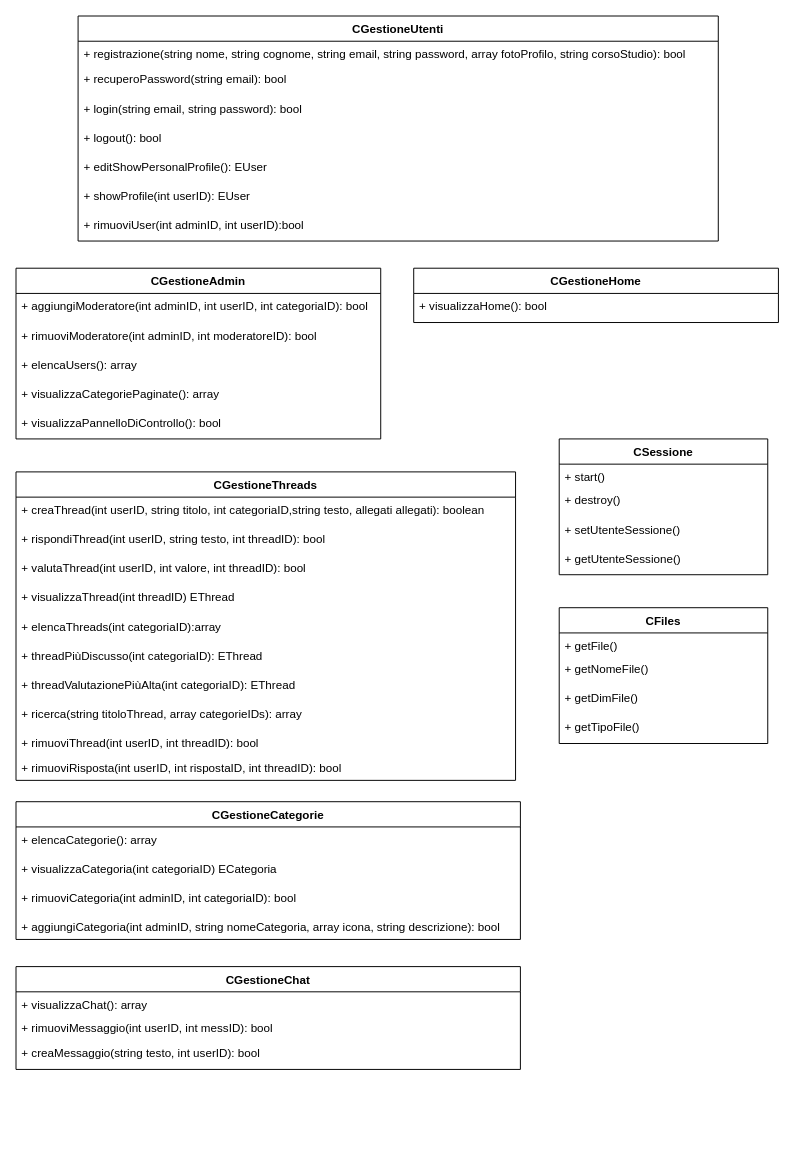
This is Diagrammi/UMLControl.drawio from EdoPan/UniChat, a draw.io file, before an edit. Source tidied: cells renumbered, new cells numbered last; positions are measured from the earlier drawing's top-left corner, leaving out a move shared by most shapes. Both pictures are drawn from the tidied source at 97%, with x=0, y=0 at pixel (16, 16).
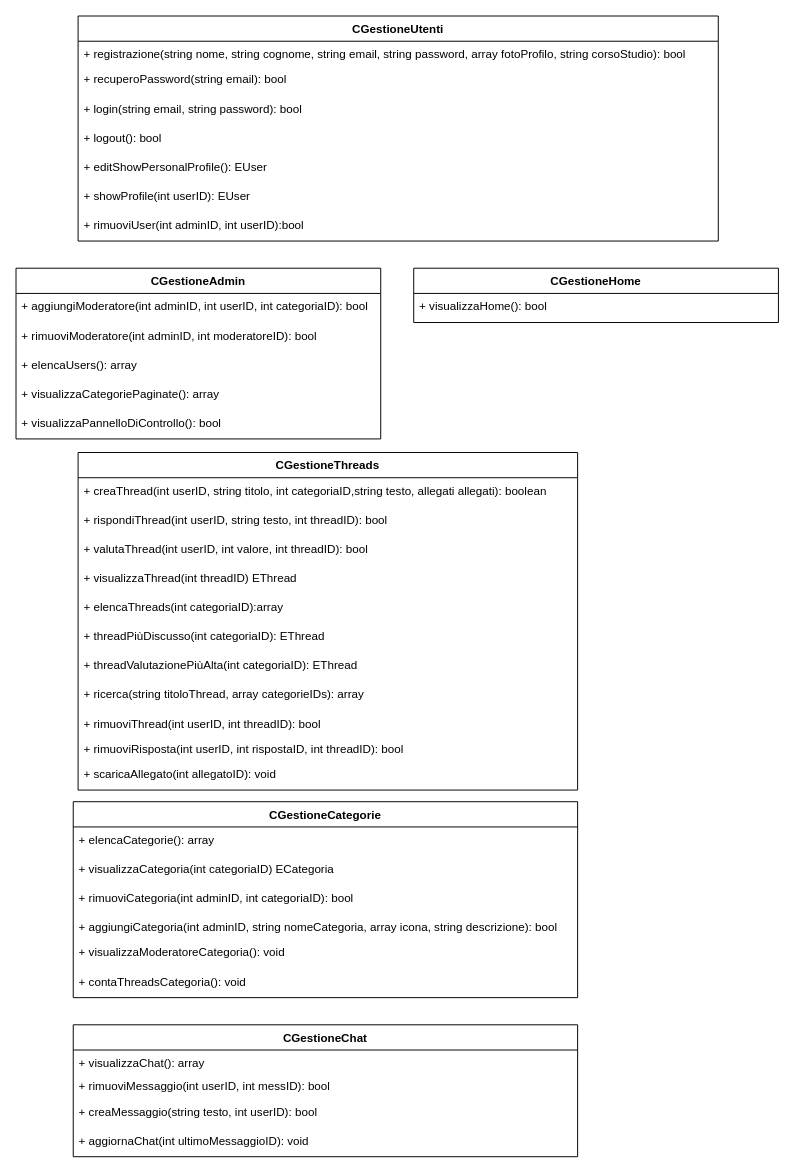
The same page after the edit.

Diff of the diagram source:
```diff
@@
     <mxCell id="16" value="CGestioneThreads" style="swimlane;fontStyle=1;align=center;verticalAlign=top;horizontal=1;startSize=26;" parent="1" vertex="1">
-      <mxGeometry y="470" width="515" height="318" as="geometry" />
+      <mxGeometry x="64" y="450" width="515" height="348" as="geometry" />
     </mxCell>
@@
+    <mxCell id="47" value="+ scaricaAllegato(int allegatoID): void" style="text;strokeColor=none;fillColor=none;align=left;verticalAlign=top;spacingLeft=4;spacingRight=4;overflow=hidden;" parent="16" vertex="1">
+      <mxGeometry y="318" width="515" height="30" as="geometry" />
+    </mxCell>
     <mxCell id="27" value="CGestioneCategorie" style="swimlane;fontStyle=1;align=center;verticalAlign=top;horizontal=1;startSize=26;" parent="1" vertex="1">
-      <mxGeometry y="810" width="520" height="142" as="geometry" />
+      <mxGeometry x="59" y="810" width="520" height="202" as="geometry" />
     </mxCell>
@@
+    <mxCell id="48" value="+ visualizzaModeratoreCategoria(): void" style="text;strokeColor=none;fillColor=none;align=left;verticalAlign=top;spacingLeft=4;spacingRight=4;overflow=hidden;" parent="27" vertex="1">
+      <mxGeometry y="142" width="520" height="30" as="geometry" />
+    </mxCell>
+    <mxCell id="49" value="+ contaThreadsCategoria(): void" style="text;strokeColor=none;fillColor=none;align=left;verticalAlign=top;spacingLeft=4;spacingRight=4;overflow=hidden;" parent="27" vertex="1">
+      <mxGeometry y="172" width="520" height="30" as="geometry" />
+    </mxCell>
     <mxCell id="32" value="CGestioneChat" style="swimlane;fontStyle=1;align=center;verticalAlign=top;horizontal=1;startSize=26;" parent="1" vertex="1">
-      <mxGeometry y="980" width="520" height="106" as="geometry" />
+      <mxGeometry x="59" y="1040" width="520" height="136" as="geometry" />
     </mxCell>
@@
+    <mxCell id="50" value="+ aggiornaChat(int ultimoMessaggioID): void" style="text;strokeColor=none;fillColor=none;align=left;verticalAlign=top;spacingLeft=4;spacingRight=4;overflow=hidden;" parent="32" vertex="1">
+      <mxGeometry y="106" width="520" height="30" as="geometry" />
+    </mxCell>
@@
-    <mxCell id="38" value="CSessione" style="swimlane;fontStyle=1;align=center;verticalAlign=top;horizontal=1;startSize=26;" parent="1" vertex="1">
-      <mxGeometry x="560" y="436" width="215" height="140" as="geometry" />
-    </mxCell>
-    <mxCell id="39" value="+ start()" style="text;strokeColor=none;fillColor=none;align=left;verticalAlign=top;spacingLeft=4;spacingRight=4;overflow=hidden;" parent="38" vertex="1">
-      <mxGeometry y="26" width="215" height="24" as="geometry" />
-    </mxCell>
-    <mxCell id="40" value="+ destroy()" style="text;strokeColor=none;fillColor=none;align=left;verticalAlign=top;spacingLeft=4;spacingRight=4;overflow=hidden;" parent="38" vertex="1">
-      <mxGeometry y="50" width="215" height="30" as="geometry" />
-    </mxCell>
-    <mxCell id="41" value="+ setUtenteSessione()" style="text;strokeColor=none;fillColor=none;align=left;verticalAlign=top;spacingLeft=4;spacingRight=4;overflow=hidden;" parent="38" vertex="1">
-      <mxGeometry y="80" width="215" height="30" as="geometry" />
-    </mxCell>
-    <mxCell id="42" value="+ getUtenteSessione()" style="text;strokeColor=none;fillColor=none;align=left;verticalAlign=top;spacingLeft=4;spacingRight=4;overflow=hidden;" parent="38" vertex="1">
-      <mxGeometry y="110" width="215" height="30" as="geometry" />
-    </mxCell>
-    <mxCell id="43" value="CFiles" style="swimlane;fontStyle=1;align=center;verticalAlign=top;horizontal=1;startSize=26;" parent="1" vertex="1">
-      <mxGeometry x="560" y="610" width="215" height="140" as="geometry" />
-    </mxCell>
-    <mxCell id="44" value="+ getFile()" style="text;strokeColor=none;fillColor=none;align=left;verticalAlign=top;spacingLeft=4;spacingRight=4;overflow=hidden;" parent="43" vertex="1">
-      <mxGeometry y="26" width="215" height="24" as="geometry" />
-    </mxCell>
-    <mxCell id="45" value="+ getNomeFile()" style="text;strokeColor=none;fillColor=none;align=left;verticalAlign=top;spacingLeft=4;spacingRight=4;overflow=hidden;" parent="43" vertex="1">
-      <mxGeometry y="50" width="215" height="30" as="geometry" />
-    </mxCell>
-    <mxCell id="46" value="+ getDimFile()" style="text;strokeColor=none;fillColor=none;align=left;verticalAlign=top;spacingLeft=4;spacingRight=4;overflow=hidden;" parent="43" vertex="1">
-      <mxGeometry y="80" width="215" height="30" as="geometry" />
-    </mxCell>
-    <mxCell id="47" value="+ getTipoFile()" style="text;strokeColor=none;fillColor=none;align=left;verticalAlign=top;spacingLeft=4;spacingRight=4;overflow=hidden;" parent="43" vertex="1">
-      <mxGeometry y="110" width="215" height="30" as="geometry" />
-    </mxCell>
```
